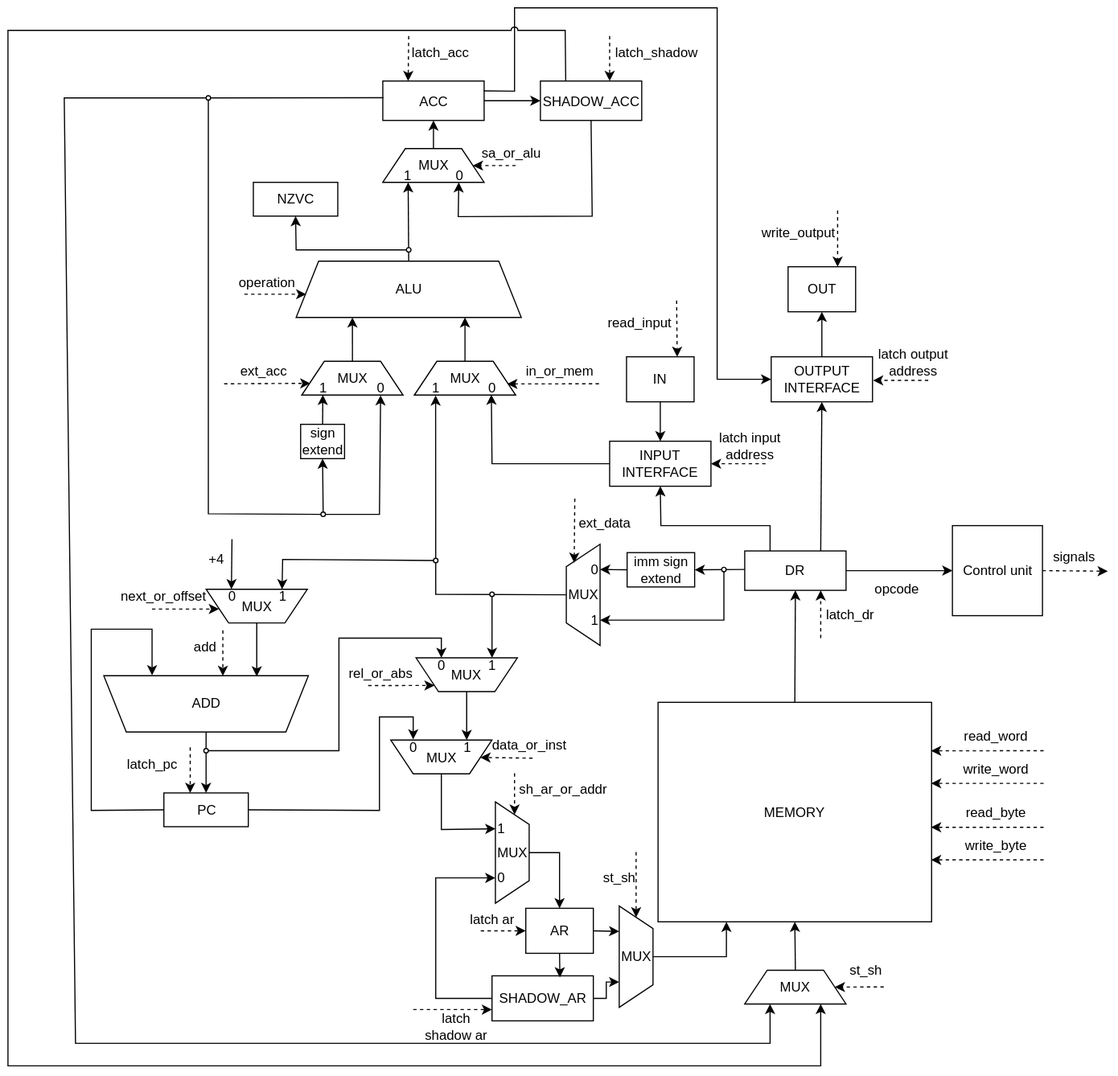
This is assets/datapath/scheme.svg from AstroSoup/computer-system-architecture-lab-4, a draw.io export, as it was before one commit. Source tidied: cells renumbered, new cells last; positions are measured from the earlier drawing's top-left corner, leaving out a move shared by most shapes.
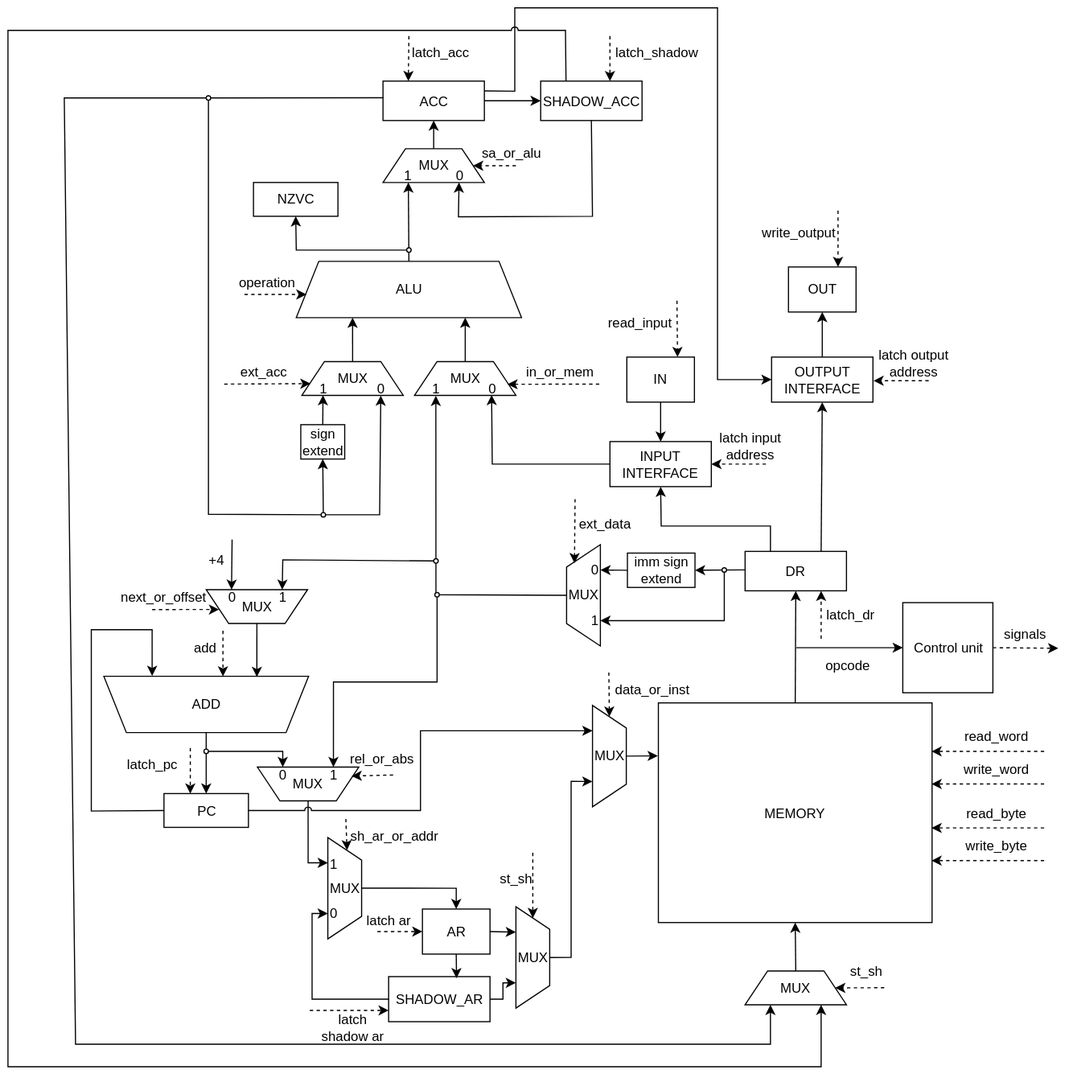
The same file after the commit.

Change to the diagram source:
```diff
@@ -12,7 +12,7 @@
       <mxGeometry x="549.5" y="310" width="60" height="40" as="geometry" />
     </mxCell>
     <mxCell id="5" value="AR" style="rounded=0;whiteSpace=wrap;html=1;" parent="1" vertex="1">
-      <mxGeometry x="460" y="800" width="60" height="40" as="geometry" />
+      <mxGeometry x="368" y="800" width="60" height="40" as="geometry" />
     </mxCell>
     <mxCell id="6" style="endArrow=classic;html=1;rounded=0;exitX=1;exitY=0.5;exitDx=0;exitDy=0;jumpStyle=arc;entryX=0.25;entryY=1;entryDx=0;entryDy=0;" parent="1" edge="1" source="5" target="136">
       <mxGeometry relative="1" as="geometry" />
@@ -27,24 +27,26 @@
       <mxGeometry relative="1" as="geometry" />
     </mxCell>
     <mxCell id="10" value="Control unit" style="whiteSpace=wrap;html=1;" parent="1" vertex="1">
-      <mxGeometry x="839" y="460" width="80" height="80" as="geometry" />
+      <mxGeometry x="794.5" y="528" width="80" height="80" as="geometry" />
     </mxCell>
     <mxCell id="11" style="endArrow=classic;html=1;rounded=0;dashed=1;exitX=1;exitY=0.5;exitDx=0;exitDy=0;" parent="1" edge="1" source="10">
       <mxGeometry relative="1" as="geometry">
-        <mxPoint x="977" y="500.5" as="targetPoint" />
+        <mxPoint x="932.5" y="568.5" as="targetPoint" />
       </mxGeometry>
     </mxCell>
     <mxCell id="12" value="signals" style="text;html=1;align=center;verticalAlign=middle;whiteSpace=wrap;rounded=0;" parent="1" vertex="1">
-      <mxGeometry x="917" y="472.5" width="60" height="30" as="geometry" />
+      <mxGeometry x="872.5" y="540.5" width="60" height="30" as="geometry" />
     </mxCell>
-    <mxCell id="13" style="endArrow=classic;html=1;rounded=0;exitX=1;exitY=0.5;exitDx=0;exitDy=0;entryX=0;entryY=0.5;entryDx=0;entryDy=0;" parent="1" edge="1" source="8" target="10">
-      <mxGeometry relative="1" as="geometry" />
+    <mxCell id="13" style="endArrow=classic;html=1;rounded=0;exitX=1;exitY=0.5;exitDx=0;exitDy=0;entryX=0;entryY=0.5;entryDx=0;entryDy=0;" parent="1" edge="1" target="10">
+      <mxGeometry relative="1" as="geometry">
+        <mxPoint x="700" y="568" as="sourcePoint" />
+      </mxGeometry>
     </mxCell>
     <mxCell id="14" style="endArrow=classic;html=1;rounded=0;entryX=0.5;entryY=1;entryDx=0;entryDy=0;exitX=0.5;exitY=0;exitDx=0;exitDy=0;" parent="1" edge="1" source="89" target="3">
       <mxGeometry relative="1" as="geometry" />
     </mxCell>
     <mxCell id="15" value="opcode" style="text;html=1;whiteSpace=wrap;strokeColor=none;fillColor=none;align=center;verticalAlign=middle;rounded=0;" parent="1" vertex="1">
-      <mxGeometry x="744.5" y="501" width="91" height="30" as="geometry" />
+      <mxGeometry x="700" y="569" width="91" height="30" as="geometry" />
     </mxCell>
     <mxCell id="16" value="ALU" style="shape=trapezoid;perimeter=trapezoidPerimeter;whiteSpace=wrap;html=1;fixedSize=1;horizontal=0;direction=north;rotation=90;" parent="1" vertex="1">
       <mxGeometry x="331" y="150" width="50" height="200" as="geometry" />
@@ -56,7 +58,7 @@
       <mxGeometry x="138.5" y="697.5" width="75" height="30" as="geometry" />
     </mxCell>
     <mxCell id="19" value="latch ar" style="text;html=1;whiteSpace=wrap;strokeColor=none;fillColor=none;align=center;verticalAlign=middle;rounded=0;" parent="1" vertex="1">
-      <mxGeometry x="400.5" y="795" width="60" height="30" as="geometry" />
+      <mxGeometry x="308.5" y="795" width="60" height="30" as="geometry" />
     </mxCell>
     <mxCell id="20" style="endArrow=classic;html=1;rounded=0;dashed=1;entryX=0.998;entryY=0.221;entryDx=0;entryDy=0;entryPerimeter=0;" parent="1" edge="1" target="7">
       <mxGeometry relative="1" as="geometry">
@@ -312,54 +314,39 @@
       <mxGeometry x="174" y="658" width="4" height="4" as="geometry" />
     </mxCell>
     <mxCell id="78" value="MUX" style="shape=trapezoid;perimeter=trapezoidPerimeter;whiteSpace=wrap;html=1;fixedSize=1;direction=south;rotation=90;horizontal=0;" parent="1" vertex="1">
-      <mxGeometry x="392.5" y="547.5" width="30" height="90" as="geometry" />
+      <mxGeometry x="251.5" y="644" width="30" height="90" as="geometry" />
     </mxCell>
-    <mxCell id="79" style="endArrow=classic;html=1;rounded=0;entryX=0.25;entryY=1;entryDx=0;entryDy=0;exitX=0.5;exitY=1;exitDx=0;exitDy=0;" parent="1" edge="1" source="97" target="78">
-      <mxGeometry relative="1" as="geometry">
-        <Array as="points">
-          <mxPoint x="430" y="550" />
-        </Array>
-      </mxGeometry>
+    <mxCell id="79" style="endArrow=classic;html=1;rounded=0;entryX=0.25;entryY=1;entryDx=0;entryDy=0;exitX=0.5;exitY=1;exitDx=0;exitDy=0;edgeStyle=orthogonalEdgeStyle;" parent="1" edge="1" source="97" target="78">
+      <mxGeometry relative="1" as="geometry" />
     </mxCell>
-    <mxCell id="80" style="endArrow=classic;html=1;rounded=0;entryX=0.75;entryY=1;entryDx=0;entryDy=0;exitX=1;exitY=0.5;exitDx=0;exitDy=0;" parent="1" edge="1" source="77" target="78">
+    <mxCell id="80" style="endArrow=classic;html=1;rounded=0;entryX=0.75;entryY=1;entryDx=0;entryDy=0;exitX=1;exitY=0.5;exitDx=0;exitDy=0;edgeStyle=orthogonalEdgeStyle;" parent="1" edge="1" source="77" target="78">
       <mxGeometry relative="1" as="geometry">
         <Array as="points">
-          <mxPoint x="294" y="660" />
-          <mxPoint x="294" y="560" />
-          <mxPoint x="385" y="560" />
+          <mxPoint x="244" y="660" />
         </Array>
       </mxGeometry>
     </mxCell>
     <mxCell id="81" value="rel_or_abs" style="text;html=1;align=center;verticalAlign=middle;whiteSpace=wrap;rounded=0;" parent="1" vertex="1">
-      <mxGeometry x="301" y="575.5" width="60" height="30" as="geometry" />
+      <mxGeometry x="302" y="651.5" width="60" height="30" as="geometry" />
     </mxCell>
-    <mxCell id="82" style="endArrow=classic;html=1;rounded=0;entryX=0.873;entryY=0.413;entryDx=0;entryDy=0;dashed=1;entryPerimeter=0;" parent="1" edge="1">
+    <mxCell id="82" style="endArrow=classic;html=1;rounded=0;entryX=0.093;entryY=0.436;entryDx=0;entryDy=0;dashed=1;entryPerimeter=0;" parent="1" edge="1">
       <mxGeometry relative="1" as="geometry">
-        <mxPoint x="320" y="602.1" as="sourcePoint" />
-        <mxPoint x="379" y="602" as="targetPoint" />
+        <mxPoint x="342" y="681" as="sourcePoint" />
+        <mxPoint x="305.1" y="681.9" as="targetPoint" />
       </mxGeometry>
     </mxCell>
-    <mxCell id="83" style="endArrow=classic;html=1;rounded=0;exitX=0.5;exitY=0;exitDx=0;exitDy=0;entryX=0.25;entryY=1;entryDx=0;entryDy=0;" parent="1" edge="1" source="78" target="84">
+    <mxCell id="83" style="endArrow=classic;html=1;rounded=0;exitX=0.5;exitY=0;exitDx=0;exitDy=0;entryX=0.25;entryY=1;entryDx=0;entryDy=0;edgeStyle=orthogonalEdgeStyle;" parent="1" edge="1" source="78" target="101">
       <mxGeometry relative="1" as="geometry" />
     </mxCell>
-    <mxCell id="84" value="MUX" style="shape=trapezoid;perimeter=trapezoidPerimeter;whiteSpace=wrap;html=1;fixedSize=1;direction=south;rotation=90;horizontal=0;" parent="1" vertex="1">
-      <mxGeometry x="370" y="620.5" width="30" height="90" as="geometry" />
+    <mxCell id="84" value="MUX" style="shape=trapezoid;perimeter=trapezoidPerimeter;whiteSpace=wrap;html=1;fixedSize=1;direction=east;rotation=90;horizontal=0;" parent="1" vertex="1">
+      <mxGeometry x="489" y="649.2" width="90" height="30" as="geometry" />
     </mxCell>
-    <mxCell id="85" style="endArrow=classic;html=1;rounded=0;entryX=0.778;entryY=1.017;entryDx=0;entryDy=0;exitX=1;exitY=0.5;exitDx=0;exitDy=0;entryPerimeter=0;" parent="1" edge="1" source="18" target="84">
-      <mxGeometry relative="1" as="geometry">
-        <Array as="points">
-          <mxPoint x="330" y="713" />
-          <mxPoint x="330" y="630" />
-          <mxPoint x="360" y="630" />
-        </Array>
-      </mxGeometry>
-    </mxCell>
     <mxCell id="86" value="data_or_inst" style="text;html=1;align=center;verticalAlign=middle;whiteSpace=wrap;rounded=0;" parent="1" vertex="1">
-      <mxGeometry x="433" y="640" width="60" height="30" as="geometry" />
+      <mxGeometry x="541.5" y="590" width="60" height="30" as="geometry" />
     </mxCell>
-    <mxCell id="87" style="endArrow=classic;html=1;rounded=0;dashed=1;" parent="1" edge="1" target="84">
+    <mxCell id="87" style="endArrow=classic;html=1;rounded=0;dashed=1;entryX=0;entryY=0.5;entryDx=0;entryDy=0;" parent="1" edge="1" target="84">
       <mxGeometry relative="1" as="geometry">
-        <mxPoint x="466" y="666.6" as="sourcePoint" />
+        <mxPoint x="533.5" y="590" as="sourcePoint" />
       </mxGeometry>
     </mxCell>
     <mxCell id="88" style="endArrow=classic;html=1;rounded=0;exitX=0.75;exitY=0;exitDx=0;exitDy=0;entryX=0.5;entryY=1;entryDx=0;entryDy=0;" parent="1" edge="1" source="8" target="89">
@@ -410,47 +397,40 @@
       </mxGeometry>
     </mxCell>
     <mxCell id="96" value="SHADOW_AR" style="rounded=0;whiteSpace=wrap;html=1;" parent="1" vertex="1">
-      <mxGeometry x="430" y="860" width="90" height="40" as="geometry" />
+      <mxGeometry x="338" y="860" width="90" height="40" as="geometry" />
     </mxCell>
     <mxCell id="97" style="ellipse;whiteSpace=wrap;html=1;fillColor=light-dark(#FFFFFF,#FFFFFF);" parent="1" vertex="1">
-      <mxGeometry x="428" y="519" width="4" height="4" as="geometry" />
+      <mxGeometry x="379" y="519" width="4" height="4" as="geometry" />
     </mxCell>
     <mxCell id="98" style="endArrow=classic;html=1;rounded=0;dashed=1;entryX=0;entryY=0.75;entryDx=0;entryDy=0;" parent="1" edge="1" target="96">
       <mxGeometry relative="1" as="geometry">
-        <mxPoint x="360" y="890" as="sourcePoint" />
+        <mxPoint x="268" y="890" as="sourcePoint" />
       </mxGeometry>
     </mxCell>
     <mxCell id="99" value="latch shadow ar" style="text;html=1;whiteSpace=wrap;strokeColor=none;fillColor=none;align=center;verticalAlign=middle;rounded=0;" parent="1" vertex="1">
-      <mxGeometry x="368" y="890" width="60" height="30" as="geometry" />
+      <mxGeometry x="276" y="890" width="60" height="30" as="geometry" />
     </mxCell>
     <mxCell id="100" style="endArrow=classic;html=1;rounded=0;exitX=0;exitY=0.5;exitDx=0;exitDy=0;entryX=0.75;entryY=1;entryDx=0;entryDy=0;" parent="1" edge="1" source="69" target="72">
       <mxGeometry relative="1" as="geometry" />
     </mxCell>
     <mxCell id="101" value="MUX" style="shape=trapezoid;perimeter=trapezoidPerimeter;whiteSpace=wrap;html=1;fixedSize=1;direction=east;rotation=90;horizontal=0;" parent="1" vertex="1">
-      <mxGeometry x="403" y="735.5" width="90" height="30" as="geometry" />
+      <mxGeometry x="254" y="766.5" width="90" height="30" as="geometry" />
     </mxCell>
-    <mxCell id="102" style="endArrow=classic;html=1;rounded=0;exitX=0;exitY=0.5;exitDx=0;exitDy=0;entryX=0.75;entryY=1;entryDx=0;entryDy=0;" parent="1" edge="1" source="96" target="101">
+    <mxCell id="102" style="endArrow=classic;html=1;rounded=0;exitX=0;exitY=0.5;exitDx=0;exitDy=0;entryX=0.75;entryY=1;entryDx=0;entryDy=0;edgeStyle=orthogonalEdgeStyle;" parent="1" edge="1" source="96" target="101">
       <mxGeometry relative="1" as="geometry">
         <Array as="points">
-          <mxPoint x="380" y="880" />
-          <mxPoint x="380" y="773" />
+          <mxPoint x="270" y="880" />
+          <mxPoint x="270" y="804" />
         </Array>
       </mxGeometry>
     </mxCell>
-    <mxCell id="103" style="endArrow=classic;html=1;rounded=0;exitX=0.5;exitY=0;exitDx=0;exitDy=0;entryX=0.265;entryY=0.999;entryDx=0;entryDy=0;entryPerimeter=0;" parent="1" edge="1" source="84" target="101">
-      <mxGeometry relative="1" as="geometry">
-        <Array as="points">
-          <mxPoint x="385" y="730" />
-        </Array>
-      </mxGeometry>
-    </mxCell>
     <mxCell id="104" style="endArrow=classic;html=1;rounded=0;dashed=1;entryX=0.125;entryY=0.432;entryDx=0;entryDy=0;entryPerimeter=0;" parent="1" edge="1" target="101">
       <mxGeometry relative="1" as="geometry">
-        <mxPoint x="450" y="680" as="sourcePoint" />
+        <mxPoint x="300" y="720" as="sourcePoint" />
       </mxGeometry>
     </mxCell>
     <mxCell id="105" value="sh_ar_or_addr" style="text;html=1;whiteSpace=wrap;strokeColor=none;fillColor=none;align=center;verticalAlign=middle;rounded=0;" parent="1" vertex="1">
-      <mxGeometry x="452.5" y="679.2" width="82" height="30" as="geometry" />
+      <mxGeometry x="302" y="720" width="82" height="30" as="geometry" />
     </mxCell>
     <mxCell id="106" style="endArrow=classic;html=1;rounded=0;dashed=1;entryX=0.998;entryY=0.221;entryDx=0;entryDy=0;entryPerimeter=0;" parent="1" edge="1">
       <mxGeometry relative="1" as="geometry">
@@ -493,22 +473,16 @@
       <mxGeometry x="519" y="494" width="4" height="10" as="geometry" />
     </mxCell>
     <mxCell id="116" value="1" style="text;html=1;whiteSpace=wrap;strokeColor=none;fillColor=none;align=center;verticalAlign=middle;rounded=0;" parent="1" vertex="1">
-      <mxGeometry x="428" y="579" width="4" height="10" as="geometry" />
+      <mxGeometry x="287" y="675.5" width="4" height="10" as="geometry" />
     </mxCell>
     <mxCell id="117" value="0" style="text;html=1;whiteSpace=wrap;strokeColor=none;fillColor=none;align=center;verticalAlign=middle;rounded=0;" parent="1" vertex="1">
-      <mxGeometry x="383" y="579" width="4" height="10" as="geometry" />
+      <mxGeometry x="242" y="675.5" width="4" height="10" as="geometry" />
     </mxCell>
-    <mxCell id="118" value="1" style="text;html=1;whiteSpace=wrap;strokeColor=none;fillColor=none;align=center;verticalAlign=middle;rounded=0;" parent="1" vertex="1">
-      <mxGeometry x="406" y="652" width="4" height="10" as="geometry" />
-    </mxCell>
-    <mxCell id="119" value="0" style="text;html=1;whiteSpace=wrap;strokeColor=none;fillColor=none;align=center;verticalAlign=middle;rounded=0;" parent="1" vertex="1">
-      <mxGeometry x="358" y="652" width="4" height="10" as="geometry" />
-    </mxCell>
     <mxCell id="120" value="1" style="text;html=1;whiteSpace=wrap;strokeColor=none;fillColor=none;align=center;verticalAlign=middle;rounded=0;" parent="1" vertex="1">
-      <mxGeometry x="436" y="724" width="4" height="10" as="geometry" />
+      <mxGeometry x="287" y="755" width="4" height="10" as="geometry" />
     </mxCell>
     <mxCell id="121" value="0" style="text;html=1;whiteSpace=wrap;strokeColor=none;fillColor=none;align=center;verticalAlign=middle;rounded=0;" parent="1" vertex="1">
-      <mxGeometry x="436" y="768" width="4" height="10" as="geometry" />
+      <mxGeometry x="287" y="799" width="4" height="10" as="geometry" />
     </mxCell>
     <mxCell id="122" value="1" style="text;html=1;whiteSpace=wrap;strokeColor=none;fillColor=none;align=center;verticalAlign=middle;rounded=0;" parent="1" vertex="1">
       <mxGeometry x="278.5" y="333" width="4" height="10" as="geometry" />
@@ -554,16 +528,16 @@
     </mxCell>
     <mxCell id="135" style="endArrow=classic;html=1;rounded=0;dashed=1;entryX=0;entryY=0.5;entryDx=0;entryDy=0;" parent="1" edge="1" target="5">
       <mxGeometry relative="1" as="geometry">
-        <mxPoint x="420" y="820" as="sourcePoint" />
+        <mxPoint x="328" y="820" as="sourcePoint" />
       </mxGeometry>
     </mxCell>
     <mxCell id="136" value="MUX" style="shape=trapezoid;perimeter=trapezoidPerimeter;whiteSpace=wrap;html=1;fixedSize=1;direction=east;rotation=90;horizontal=0;" parent="1" vertex="1">
-      <mxGeometry x="513" y="828" width="90" height="30" as="geometry" />
+      <mxGeometry x="421" y="828" width="90" height="30" as="geometry" />
     </mxCell>
     <mxCell id="137" style="endArrow=classic;html=1;rounded=0;exitX=1;exitY=0.5;exitDx=0;exitDy=0;jumpStyle=arc;entryX=0.75;entryY=1;entryDx=0;entryDy=0;edgeStyle=orthogonalEdgeStyle;" parent="1" edge="1" source="96" target="136">
       <mxGeometry relative="1" as="geometry" />
     </mxCell>
-    <mxCell id="138" style="endArrow=classic;html=1;rounded=0;exitX=0.5;exitY=0;exitDx=0;exitDy=0;entryX=0.25;entryY=1;entryDx=0;entryDy=0;edgeStyle=orthogonalEdgeStyle;" parent="1" edge="1" source="136" target="7">
+    <mxCell id="138" style="endArrow=classic;html=1;rounded=0;exitX=0.5;exitY=0;exitDx=0;exitDy=0;entryX=0.75;entryY=1;entryDx=0;entryDy=0;edgeStyle=orthogonalEdgeStyle;" parent="1" edge="1" source="136" target="84">
       <mxGeometry relative="1" as="geometry" />
     </mxCell>
     <mxCell id="139" style="endArrow=classic;html=1;rounded=0;entryX=0.5;entryY=0;entryDx=0;entryDy=0;exitX=0.5;exitY=0;exitDx=0;exitDy=0;edgeStyle=orthogonalEdgeStyle;" parent="1" edge="1" source="101" target="5">
@@ -574,11 +548,11 @@
     </mxCell>
     <mxCell id="141" style="endArrow=classic;html=1;rounded=0;entryX=0;entryY=0.5;entryDx=0;entryDy=0;dashed=1;" parent="1" edge="1" target="136">
       <mxGeometry relative="1" as="geometry">
-        <mxPoint x="558" y="750" as="sourcePoint" />
+        <mxPoint x="466" y="750" as="sourcePoint" />
       </mxGeometry>
     </mxCell>
     <mxCell id="142" value="st_sh" style="text;html=1;whiteSpace=wrap;strokeColor=none;fillColor=none;align=center;verticalAlign=middle;rounded=0;" parent="1" vertex="1">
-      <mxGeometry x="513" y="758" width="60" height="30" as="geometry" />
+      <mxGeometry x="421" y="758" width="60" height="30" as="geometry" />
     </mxCell>
     <mxCell id="143" style="endArrow=classic;html=1;rounded=0;entryX=1;entryY=0.5;entryDx=0;entryDy=0;dashed=1;" parent="1" edge="1" target="133">
       <mxGeometry relative="1" as="geometry">
@@ -606,5 +580,13 @@
     <mxCell id="148" value="write_byte" style="text;html=1;whiteSpace=wrap;strokeColor=none;fillColor=none;align=center;verticalAlign=middle;rounded=0;" parent="1" vertex="1">
       <mxGeometry x="835.5" y="729" width="84.5" height="30" as="geometry" />
     </mxCell>
+    <mxCell id="149" style="endArrow=classic;html=1;rounded=0;exitX=0.5;exitY=0;exitDx=0;exitDy=0;" parent="1" edge="1" source="84">
+      <mxGeometry relative="1" as="geometry">
+        <mxPoint x="577" y="664" as="targetPoint" />
+      </mxGeometry>
+    </mxCell>
+    <mxCell id="85" style="endArrow=classic;html=1;rounded=0;entryX=0.25;entryY=1;entryDx=0;entryDy=0;exitX=1;exitY=0.5;exitDx=0;exitDy=0;edgeStyle=orthogonalEdgeStyle;jumpStyle=arc;" parent="1" edge="1" source="18" target="84">
+      <mxGeometry relative="1" as="geometry" />
+    </mxCell>
   </root>
 </mxGraphModel>
```
